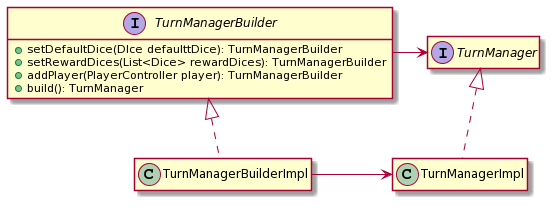
Earlier version of the PlantUML export doc/Relazione/images/freddi/TurnManagerBuilder.png (RiccardoSquarcialupi/oop19-dpg).
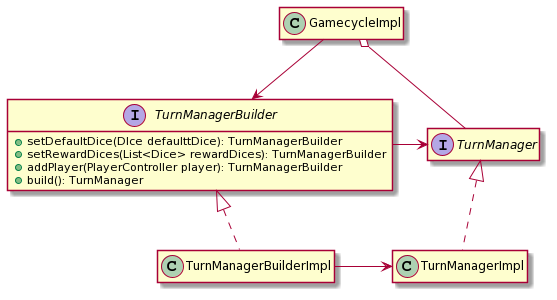
After the commit.

Change to the diagram source:
```diff
@@ -7,6 +7,7 @@
 }
 
 class TurnManagerBuilderImpl implements TurnManagerBuilder
+class GamecycleImpl
 
 interface TurnManager
 class TurnManagerImpl implements TurnManager
@@ -14,11 +15,9 @@
 TurnManagerBuilder -> TurnManager
 TurnManagerBuilderImpl -> TurnManagerImpl
 
-hide TurnManagerBuilder fields
-hide TurnManagerBuilderImpl fields
-hide TurnManagerBuilderImpl methods
-hide TurnManager fields
-hide TurnManager methods
-hide TurnManagerImpl fields
-hide TurnManagerImpl methods
+GamecycleImpl --> TurnManagerBuilder
+GamecycleImpl o-- TurnManager
+
+hide empty fields
+hide empty methods
 @enduml
```
